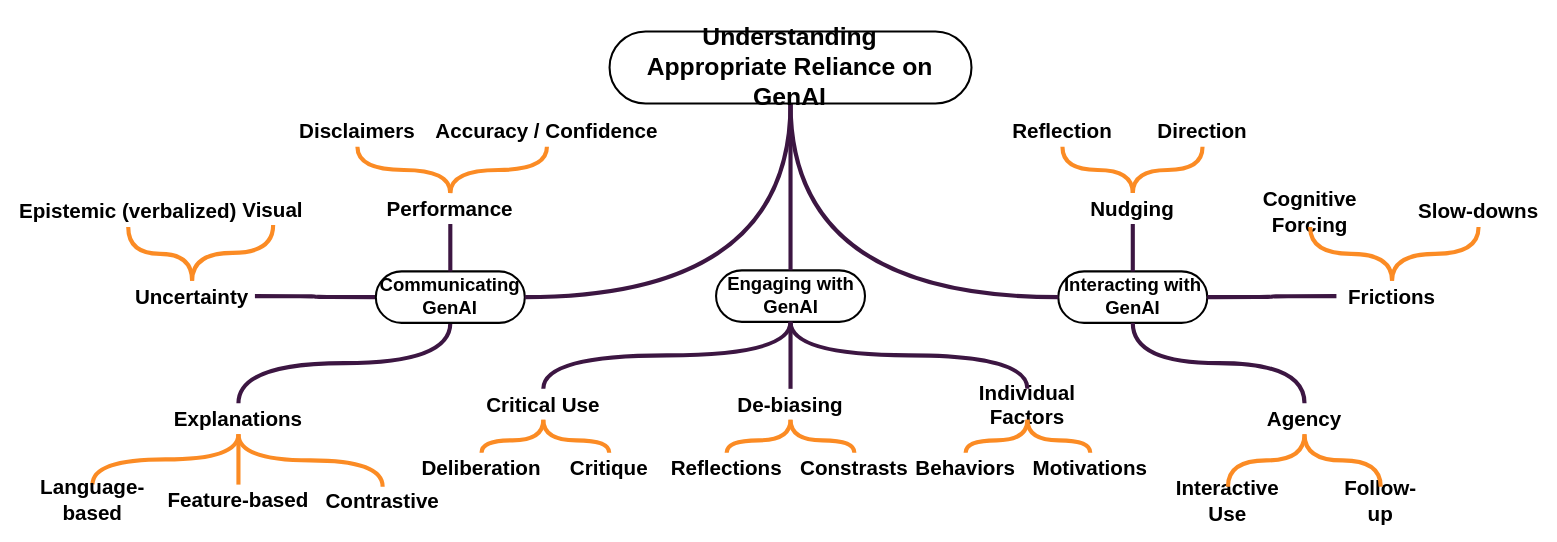
Before: ext/chi27-rev-4.1.drawio in raeeschaudhary/Coursera_Exams, a draw.io diagram. Source tidied: cells renumbered, new cells numbered last; positions are measured from the earlier drawing's top-left corner, leaving out a move shared by most shapes. Both pictures are drawn from the tidied source at 103%, with x=0, y=0 at pixel (18, 31).
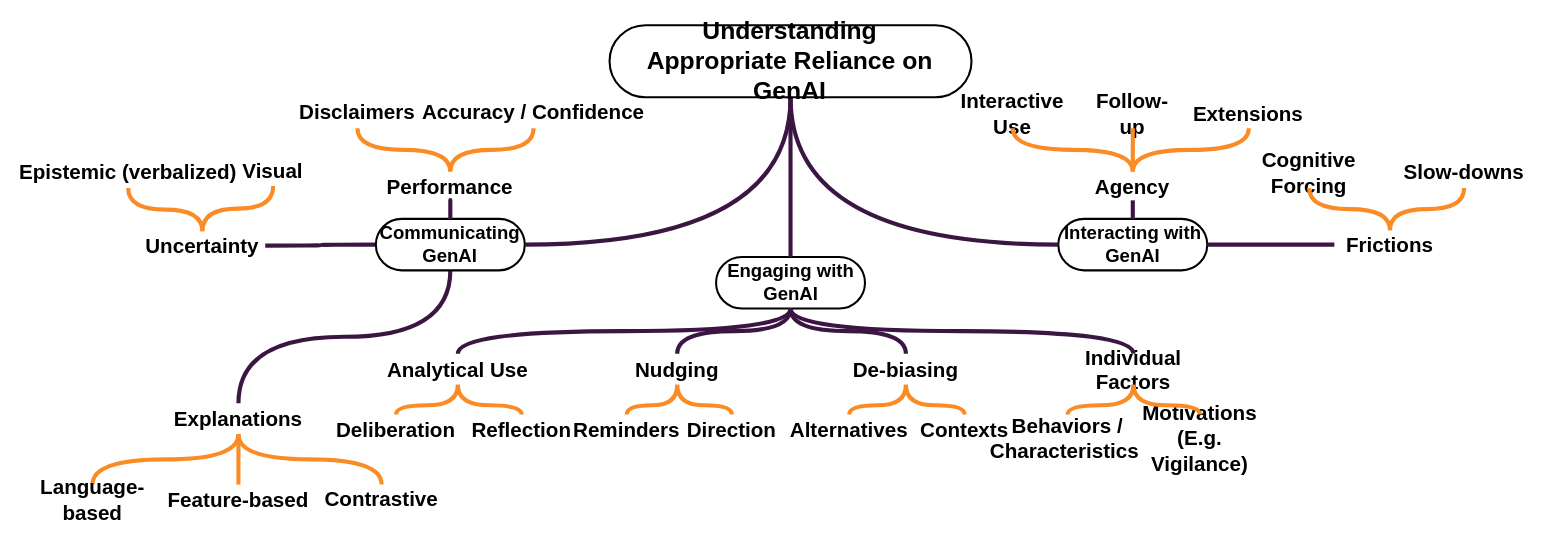
After the change.

What changed in the source:
```diff
@@
     <mxCell id="4" value="Communicating GenAI" style="rounded=1;whiteSpace=wrap;html=1;arcSize=50;strokeWidth=2;fontFamily=calibri;fontSize=18;fontStyle=1;" parent="1" vertex="1">
-      <mxGeometry x="347.4" y="233" width="144.6" height="50" as="geometry" />
+      <mxGeometry x="347.4" y="182" width="144.6" height="50" as="geometry" />
     </mxCell>
@@
     <mxCell id="11" value="&lt;span&gt;Uncertainty&lt;/span&gt;" style="text;html=1;whiteSpace=wrap;strokeColor=none;fillColor=none;align=center;verticalAlign=middle;rounded=0;fontFamily=calibri;fontStyle=1;fontSize=20;" parent="1" vertex="1">
-      <mxGeometry x="108" y="242" width="122" height="30" as="geometry" />
+      <mxGeometry x="118" y="194" width="122" height="28" as="geometry" />
     </mxCell>
     <mxCell id="12" value="&lt;span style=&quot;font-size: 20px;&quot;&gt;Epistemic (verbalized)&lt;/span&gt;" style="text;html=1;whiteSpace=wrap;strokeColor=none;fillColor=none;align=center;verticalAlign=middle;rounded=0;fontFamily=calibri;fontSize=18;fontStyle=1;" parent="1" vertex="1">
-      <mxGeometry y="160" width="214" height="30" as="geometry" />
+      <mxGeometry y="122" width="214" height="30" as="geometry" />
     </mxCell>
     <mxCell id="13" value="&lt;span style=&quot;font-size: 20px;&quot;&gt;Visual&lt;/span&gt;" style="text;html=1;whiteSpace=wrap;strokeColor=none;fillColor=none;align=center;verticalAlign=middle;rounded=0;fontFamily=calibri;fontSize=18;fontStyle=1;" parent="1" vertex="1">
-      <mxGeometry x="180" y="160" width="135.3" height="28" as="geometry" />
+      <mxGeometry x="180" y="122" width="135.3" height="28" as="geometry" />
     </mxCell>
@@
     <mxCell id="16" value="&lt;span style=&quot;font-size: 20px;&quot;&gt;Contrastive&lt;/span&gt;" style="text;html=1;whiteSpace=wrap;strokeColor=none;fillColor=none;align=center;verticalAlign=middle;rounded=0;fontFamily=calibri;fontSize=18;fontStyle=1;" parent="1" vertex="1">
-      <mxGeometry x="300" y="442" width="108" height="28" as="geometry" />
+      <mxGeometry x="299" y="440" width="108" height="28" as="geometry" />
     </mxCell>
     <mxCell id="17" value="&lt;span&gt;Performance&lt;/span&gt;" style="text;html=1;whiteSpace=wrap;strokeColor=none;fillColor=none;align=center;verticalAlign=middle;rounded=0;fontFamily=calibri;fontStyle=1;fontSize=20;" parent="1" vertex="1">
-      <mxGeometry x="352" y="157" width="135.3" height="30" as="geometry" />
+      <mxGeometry x="352" y="136" width="135.3" height="28" as="geometry" />
     </mxCell>
@@
     <mxCell id="21" value="&lt;span style=&quot;font-size: 20px;&quot;&gt;Disclaimers&lt;/span&gt;" style="text;html=1;whiteSpace=wrap;strokeColor=none;fillColor=none;align=center;verticalAlign=middle;rounded=0;fontFamily=calibri;fontSize=18;fontStyle=1;" parent="1" vertex="1">
-      <mxGeometry x="258" y="82" width="143" height="30" as="geometry" />
+      <mxGeometry x="258" y="64" width="143" height="30" as="geometry" />
     </mxCell>
     <mxCell id="22" value="&lt;span style=&quot;font-size: 20px;&quot;&gt;Accuracy / Confidence&lt;/span&gt;" style="text;html=1;whiteSpace=wrap;strokeColor=none;fillColor=none;align=center;verticalAlign=middle;rounded=0;fontFamily=calibri;fontSize=18;fontStyle=1;" parent="1" vertex="1">
-      <mxGeometry x="394" y="82" width="239" height="30" as="geometry" />
+      <mxGeometry x="381" y="64" width="239" height="30" as="geometry" />
     </mxCell>
@@
     <mxCell id="24" value="Engaging with GenAI" style="rounded=1;whiteSpace=wrap;html=1;arcSize=50;strokeWidth=2;fontFamily=calibri;fontSize=18;fontStyle=1;" parent="1" vertex="1">
-      <mxGeometry x="677.7" y="232" width="144.6" height="50" as="geometry" />
+      <mxGeometry x="677.7" y="219" width="144.6" height="50" as="geometry" />
     </mxCell>
@@
-    <mxCell id="27" value="Critical Use" style="text;html=1;whiteSpace=wrap;strokeColor=none;fillColor=none;align=center;verticalAlign=middle;rounded=0;fontFamily=calibri;fontStyle=1;fontSize=20;" parent="1" vertex="1">
-      <mxGeometry x="430" y="347" width="160" height="30" as="geometry" />
+    <mxCell id="27" value="Analytical Use" style="text;html=1;whiteSpace=wrap;strokeColor=none;fillColor=none;align=center;verticalAlign=middle;rounded=0;fontFamily=calibri;fontStyle=1;fontSize=20;" parent="1" vertex="1">
+      <mxGeometry x="347" y="313" width="160" height="30" as="geometry" />
     </mxCell>
     <mxCell id="28" value="&lt;span style=&quot;font-size: 20px;&quot;&gt;Deliberation&lt;/span&gt;" style="text;html=1;whiteSpace=wrap;strokeColor=none;fillColor=none;align=center;verticalAlign=middle;rounded=0;fontFamily=calibri;fontSize=18;fontStyle=1;" parent="1" vertex="1">
-      <mxGeometry x="390" y="409" width="120" height="30" as="geometry" />
+      <mxGeometry x="307" y="372" width="120" height="30" as="geometry" />
     </mxCell>
-    <mxCell id="29" value="&lt;span style=&quot;font-size: 20px;&quot;&gt;Critique&lt;/span&gt;" style="text;html=1;whiteSpace=wrap;strokeColor=none;fillColor=none;align=center;verticalAlign=middle;rounded=0;fontFamily=calibri;fontSize=18;fontStyle=1;" parent="1" vertex="1">
-      <mxGeometry x="520" y="409" width="108" height="30" as="geometry" />
+    <mxCell id="29" value="&lt;span style=&quot;font-size: 20px;&quot;&gt;Reflection&lt;/span&gt;" style="text;html=1;whiteSpace=wrap;strokeColor=none;fillColor=none;align=center;verticalAlign=middle;rounded=0;fontFamily=calibri;fontSize=18;fontStyle=1;" parent="1" vertex="1">
+      <mxGeometry x="435" y="372" width="108" height="30" as="geometry" />
     </mxCell>
@@
     <mxCell id="32" value="De-biasing" style="text;html=1;whiteSpace=wrap;strokeColor=none;fillColor=none;align=center;verticalAlign=middle;rounded=0;fontFamily=calibri;fontStyle=1;fontSize=20;" parent="1" vertex="1">
-      <mxGeometry x="670" y="347" width="160" height="30" as="geometry" />
+      <mxGeometry x="782" y="313" width="160" height="30" as="geometry" />
     </mxCell>
@@
-    <mxCell id="34" value="&lt;span style=&quot;font-size: 20px;&quot;&gt;Reflections&lt;/span&gt;" style="text;html=1;whiteSpace=wrap;strokeColor=none;fillColor=none;align=center;verticalAlign=middle;rounded=0;fontFamily=calibri;fontSize=18;fontStyle=1;" parent="1" vertex="1">
-      <mxGeometry x="628" y="409" width="120" height="30" as="geometry" />
+    <mxCell id="34" value="&lt;span style=&quot;font-size: 20px;&quot;&gt;Alternatives&lt;/span&gt;" style="text;html=1;whiteSpace=wrap;strokeColor=none;fillColor=none;align=center;verticalAlign=middle;rounded=0;fontFamily=calibri;fontSize=18;fontStyle=1;" parent="1" vertex="1">
+      <mxGeometry x="747" y="372" width="120" height="30" as="geometry" />
     </mxCell>
-    <mxCell id="35" value="&lt;span style=&quot;font-size: 20px;&quot;&gt;Constrasts&lt;/span&gt;" style="text;html=1;whiteSpace=wrap;strokeColor=none;fillColor=none;align=center;verticalAlign=middle;rounded=0;fontFamily=calibri;fontSize=18;fontStyle=1;" parent="1" vertex="1">
-      <mxGeometry x="758" y="409" width="108" height="30" as="geometry" />
+    <mxCell id="35" value="&lt;span style=&quot;font-size: 20px;&quot;&gt;Contexts&lt;/span&gt;" style="text;html=1;whiteSpace=wrap;strokeColor=none;fillColor=none;align=center;verticalAlign=middle;rounded=0;fontFamily=calibri;fontSize=18;fontStyle=1;" parent="1" vertex="1">
+      <mxGeometry x="865" y="372" width="108" height="30" as="geometry" />
     </mxCell>
@@
     <mxCell id="38" value="Individual Factors" style="text;html=1;whiteSpace=wrap;strokeColor=none;fillColor=none;align=center;verticalAlign=middle;rounded=0;fontFamily=calibri;fontStyle=1;fontSize=20;" parent="1" vertex="1">
-      <mxGeometry x="900" y="347" width="160" height="30" as="geometry" />
+      <mxGeometry x="1003" y="313" width="160" height="30" as="geometry" />
     </mxCell>
-    <mxCell id="39" value="&lt;span style=&quot;font-size: 20px;&quot;&gt;Behaviors&lt;/span&gt;" style="text;html=1;whiteSpace=wrap;strokeColor=none;fillColor=none;align=center;verticalAlign=middle;rounded=0;fontFamily=calibri;fontSize=18;fontStyle=1;" parent="1" vertex="1">
-      <mxGeometry x="860" y="409" width="120" height="30" as="geometry" />
+    <mxCell id="39" value="&lt;span style=&quot;font-size: 20px;&quot;&gt;Behaviors / Characteristics&amp;nbsp;&lt;/span&gt;" style="text;html=1;whiteSpace=wrap;strokeColor=none;fillColor=none;align=center;verticalAlign=middle;rounded=0;fontFamily=calibri;fontSize=18;fontStyle=1;" parent="1" vertex="1">
+      <mxGeometry x="959" y="372" width="120" height="46" as="geometry" />
     </mxCell>
-    <mxCell id="40" value="&lt;span style=&quot;font-size: 20px;&quot;&gt;Motivations&lt;/span&gt;" style="text;html=1;whiteSpace=wrap;strokeColor=none;fillColor=none;align=center;verticalAlign=middle;rounded=0;fontFamily=calibri;fontSize=18;fontStyle=1;" parent="1" vertex="1">
-      <mxGeometry x="987" y="409" width="108" height="30" as="geometry" />
+    <mxCell id="40" value="&lt;span style=&quot;font-size: 20px;&quot;&gt;Motivations (E.g. Vigilance)&lt;/span&gt;" style="text;html=1;whiteSpace=wrap;strokeColor=none;fillColor=none;align=center;verticalAlign=middle;rounded=0;fontFamily=calibri;fontSize=18;fontStyle=1;" parent="1" vertex="1">
+      <mxGeometry x="1080" y="372" width="135.3" height="46" as="geometry" />
     </mxCell>
@@
     <mxCell id="44" value="Interacting with GenAI" style="rounded=1;whiteSpace=wrap;html=1;arcSize=50;strokeWidth=2;fontFamily=calibri;fontSize=18;fontStyle=1;" parent="1" vertex="1">
-      <mxGeometry x="1010" y="233" width="144.6" height="50" as="geometry" />
+      <mxGeometry x="1010" y="182" width="144.6" height="50" as="geometry" />
     </mxCell>
-    <mxCell id="45" style="edgeStyle=orthogonalEdgeStyle;rounded=0;jettySize=auto;html=1;exitX=0.5;exitY=1;exitDx=0;exitDy=0;entryX=0.5;entryY=0;entryDx=0;entryDy=0;endArrow=none;endFill=0;curved=1;endSize=6;strokeWidth=4;strokeColor=#3C1642;fontFamily=calibri;" parent="1" edge="1" source="44" target="46">
+    <mxCell id="45" style="edgeStyle=orthogonalEdgeStyle;rounded=0;jettySize=auto;html=1;exitX=0.5;exitY=0;exitDx=0;exitDy=0;entryX=0.5;entryY=1;entryDx=0;entryDy=0;endArrow=none;endFill=0;curved=1;endSize=6;strokeWidth=4;strokeColor=#3C1642;fontFamily=calibri;" parent="1" edge="1" source="44" target="46">
       <mxGeometry relative="1" as="geometry" />
     </mxCell>
     <mxCell id="46" value="Agency" style="text;html=1;whiteSpace=wrap;strokeColor=none;fillColor=none;align=center;verticalAlign=middle;rounded=0;fontFamily=calibri;fontStyle=1;fontSize=20;" parent="1" vertex="1">
-      <mxGeometry x="1169" y="361" width="160" height="30" as="geometry" />
+      <mxGeometry x="1002.3" y="136" width="160" height="28" as="geometry" />
     </mxCell>
     <mxCell id="47" value="&lt;span style=&quot;font-size: 20px;&quot;&gt;Interactive Use&lt;/span&gt;" style="text;html=1;whiteSpace=wrap;strokeColor=none;fillColor=none;align=center;verticalAlign=middle;rounded=0;fontFamily=calibri;fontSize=18;fontStyle=1;" parent="1" vertex="1">
-      <mxGeometry x="1107" y="442" width="135.3" height="28" as="geometry" />
+      <mxGeometry x="898" y="66" width="135.3" height="28" as="geometry" />
     </mxCell>
     <mxCell id="48" value="&lt;span style=&quot;font-size: 20px;&quot;&gt;Follow-up&lt;/span&gt;" style="text;html=1;whiteSpace=wrap;strokeColor=none;fillColor=none;align=center;verticalAlign=middle;rounded=0;fontFamily=calibri;fontSize=18;fontStyle=1;" parent="1" vertex="1">
-      <mxGeometry x="1278" y="442" width="90" height="28" as="geometry" />
+      <mxGeometry x="1037.3" y="66" width="90" height="28" as="geometry" />
     </mxCell>
-    <mxCell id="49" style="edgeStyle=orthogonalEdgeStyle;rounded=0;jettySize=auto;html=1;entryX=0.5;entryY=0;entryDx=0;entryDy=0;strokeWidth=4;curved=1;endArrow=none;endFill=0;strokeColor=#FB8B24;fontFamily=calibri;" parent="1" edge="1" source="46" target="48">
+    <mxCell id="49" style="edgeStyle=orthogonalEdgeStyle;rounded=0;jettySize=auto;html=1;entryX=0.5;entryY=1;entryDx=0;entryDy=0;strokeWidth=4;curved=1;endArrow=none;endFill=0;strokeColor=#FB8B24;fontFamily=calibri;" parent="1" edge="1" source="46" target="48">
       <mxGeometry relative="1" as="geometry" />
     </mxCell>
     <mxCell id="50" value="Nudging" style="text;html=1;whiteSpace=wrap;strokeColor=none;fillColor=none;align=center;verticalAlign=middle;rounded=0;fontFamily=calibri;fontStyle=1;fontSize=20;" parent="1" vertex="1">
-      <mxGeometry x="1002.3" y="157" width="160" height="30" as="geometry" />
+      <mxGeometry x="560" y="313" width="160" height="30" as="geometry" />
     </mxCell>
-    <mxCell id="51" style="edgeStyle=orthogonalEdgeStyle;rounded=0;jettySize=auto;html=1;exitX=0.5;exitY=0;exitDx=0;exitDy=0;entryX=0.5;entryY=1;entryDx=0;entryDy=0;endArrow=none;endFill=0;curved=1;endSize=6;strokeWidth=4;strokeColor=#3C1642;fontFamily=calibri;" parent="1" edge="1" source="44" target="50">
+    <mxCell id="51" style="edgeStyle=orthogonalEdgeStyle;rounded=0;jettySize=auto;html=1;exitX=0.5;exitY=1;exitDx=0;exitDy=0;entryX=0.5;entryY=0;entryDx=0;entryDy=0;endArrow=none;endFill=0;curved=1;endSize=6;strokeWidth=4;strokeColor=#3C1642;fontFamily=calibri;" parent="1" edge="1" source="24" target="50">
       <mxGeometry relative="1" as="geometry" />
     </mxCell>
-    <mxCell id="52" value="&lt;span style=&quot;font-size: 20px;&quot;&gt;Reflection&lt;/span&gt;" style="text;html=1;whiteSpace=wrap;strokeColor=none;fillColor=none;align=center;verticalAlign=middle;rounded=0;fontFamily=calibri;fontSize=18;fontStyle=1;" parent="1" vertex="1">
-      <mxGeometry x="954" y="82" width="120" height="30" as="geometry" />
+    <mxCell id="52" value="&lt;span style=&quot;font-size: 20px;&quot;&gt;Reminders&lt;/span&gt;" style="text;html=1;whiteSpace=wrap;strokeColor=none;fillColor=none;align=center;verticalAlign=middle;rounded=0;fontFamily=calibri;fontSize=18;fontStyle=1;" parent="1" vertex="1">
+      <mxGeometry x="531" y="372" width="120" height="30" as="geometry" />
     </mxCell>
     <mxCell id="53" value="&lt;span style=&quot;font-size: 20px;&quot;&gt;Direction&lt;/span&gt;" style="text;html=1;whiteSpace=wrap;strokeColor=none;fillColor=none;align=center;verticalAlign=middle;rounded=0;fontFamily=calibri;fontSize=18;fontStyle=1;" parent="1" vertex="1">
-      <mxGeometry x="1096" y="82" width="108" height="30" as="geometry" />
+      <mxGeometry x="639" y="372" width="108" height="30" as="geometry" />
     </mxCell>
-    <mxCell id="54" style="edgeStyle=orthogonalEdgeStyle;rounded=0;jettySize=auto;html=1;entryX=0.5;entryY=1;entryDx=0;entryDy=0;strokeWidth=4;curved=1;endArrow=none;endFill=0;strokeColor=#FB8B24;exitX=0.5;exitY=0;exitDx=0;exitDy=0;fontFamily=calibri;" parent="1" edge="1" source="50" target="53">
+    <mxCell id="54" style="edgeStyle=orthogonalEdgeStyle;rounded=0;jettySize=auto;html=1;entryX=0.5;entryY=0;entryDx=0;entryDy=0;strokeWidth=4;curved=1;endArrow=none;endFill=0;strokeColor=#FB8B24;exitX=0.5;exitY=1;exitDx=0;exitDy=0;fontFamily=calibri;" parent="1" edge="1" source="50" target="53">
       <mxGeometry relative="1" as="geometry" />
     </mxCell>
-    <mxCell id="55" style="edgeStyle=orthogonalEdgeStyle;rounded=0;jettySize=auto;html=1;strokeWidth=4;curved=1;endArrow=none;endFill=0;strokeColor=#FB8B24;exitX=0.5;exitY=0;exitDx=0;exitDy=0;fontFamily=calibri;" parent="1" edge="1" source="50" target="52">
+    <mxCell id="55" style="edgeStyle=orthogonalEdgeStyle;rounded=0;jettySize=auto;html=1;strokeWidth=4;curved=1;endArrow=none;endFill=0;strokeColor=#FB8B24;exitX=0.5;exitY=1;exitDx=0;exitDy=0;fontFamily=calibri;" parent="1" edge="1" source="50" target="52">
       <mxGeometry relative="1" as="geometry" />
     </mxCell>
     <mxCell id="56" value="Frictions" style="text;html=1;whiteSpace=wrap;strokeColor=none;fillColor=none;align=center;verticalAlign=middle;rounded=0;fontFamily=calibri;fontStyle=1;fontSize=20;" parent="1" vertex="1">
-      <mxGeometry x="1280" y="242" width="108" height="30" as="geometry" />
+      <mxGeometry x="1278" y="193" width="108" height="28" as="geometry" />
     </mxCell>
     <mxCell id="57" value="&lt;span style=&quot;font-size: 20px;&quot;&gt;Slow-downs&lt;/span&gt;" style="text;html=1;whiteSpace=wrap;strokeColor=none;fillColor=none;align=center;verticalAlign=middle;rounded=0;fontFamily=calibri;fontSize=18;fontStyle=1;" parent="1" vertex="1">
-      <mxGeometry x="1358" y="160" width="120" height="30" as="geometry" />
+      <mxGeometry x="1344" y="122" width="120" height="30" as="geometry" />
     </mxCell>
     <mxCell id="58" value="&lt;span style=&quot;font-size: 20px;&quot;&gt;Cognitive Forcing&lt;/span&gt;" style="text;html=1;whiteSpace=wrap;strokeColor=none;fillColor=none;align=center;verticalAlign=middle;rounded=0;fontFamily=calibri;fontSize=18;fontStyle=1;" parent="1" vertex="1">
-      <mxGeometry x="1169" y="160" width="171" height="30" as="geometry" />
+      <mxGeometry x="1168" y="122" width="171" height="30" as="geometry" />
     </mxCell>
@@
-    <mxCell id="63" style="edgeStyle=orthogonalEdgeStyle;rounded=0;jettySize=auto;html=1;strokeWidth=4;curved=1;endArrow=none;endFill=0;strokeColor=#FB8B24;exitX=0.5;exitY=1;exitDx=0;exitDy=0;fontFamily=calibri;" parent="1" edge="1" source="46" target="47">
+    <mxCell id="63" style="edgeStyle=orthogonalEdgeStyle;rounded=0;jettySize=auto;html=1;strokeWidth=4;curved=1;endArrow=none;endFill=0;strokeColor=#FB8B24;exitX=0.5;exitY=0;exitDx=0;exitDy=0;fontFamily=calibri;" parent="1" edge="1" source="46" target="47">
       <mxGeometry relative="1" as="geometry" />
     </mxCell>
     <mxCell id="64" value="&lt;span style=&quot;font-size: 24px;&quot;&gt;&amp;nbsp;Understanding&amp;nbsp;&lt;/span&gt;&lt;div style=&quot;font-size: 24px;&quot;&gt;Appropriate Reliance on GenAI&lt;/div&gt;" style="rounded=1;whiteSpace=wrap;html=1;arcSize=50;strokeWidth=2;fontFamily=calibri;fontSize=18;fontStyle=1;" parent="1" vertex="1">
-      <mxGeometry x="574.3" width="351.4" height="70" as="geometry" />
+      <mxGeometry x="574.3" y="-6" width="351.4" height="70" as="geometry" />
     </mxCell>
+    <mxCell id="65" value="&lt;span style=&quot;font-size: 20px;&quot;&gt;Extensions&lt;/span&gt;" style="text;html=1;whiteSpace=wrap;strokeColor=none;fillColor=none;align=center;verticalAlign=middle;rounded=0;fontFamily=calibri;fontSize=18;fontStyle=1;" parent="1" vertex="1">
+      <mxGeometry x="1127.3" y="66" width="135.3" height="28" as="geometry" />
+    </mxCell>
+    <mxCell id="66" style="edgeStyle=orthogonalEdgeStyle;rounded=0;jettySize=auto;html=1;strokeWidth=4;curved=1;endArrow=none;endFill=0;strokeColor=#FB8B24;exitX=0.5;exitY=0;exitDx=0;exitDy=0;fontFamily=calibri;entryX=0.5;entryY=1;entryDx=0;entryDy=0;" parent="1" edge="1" source="46" target="65">
+      <mxGeometry relative="1" as="geometry" />
+    </mxCell>
```
